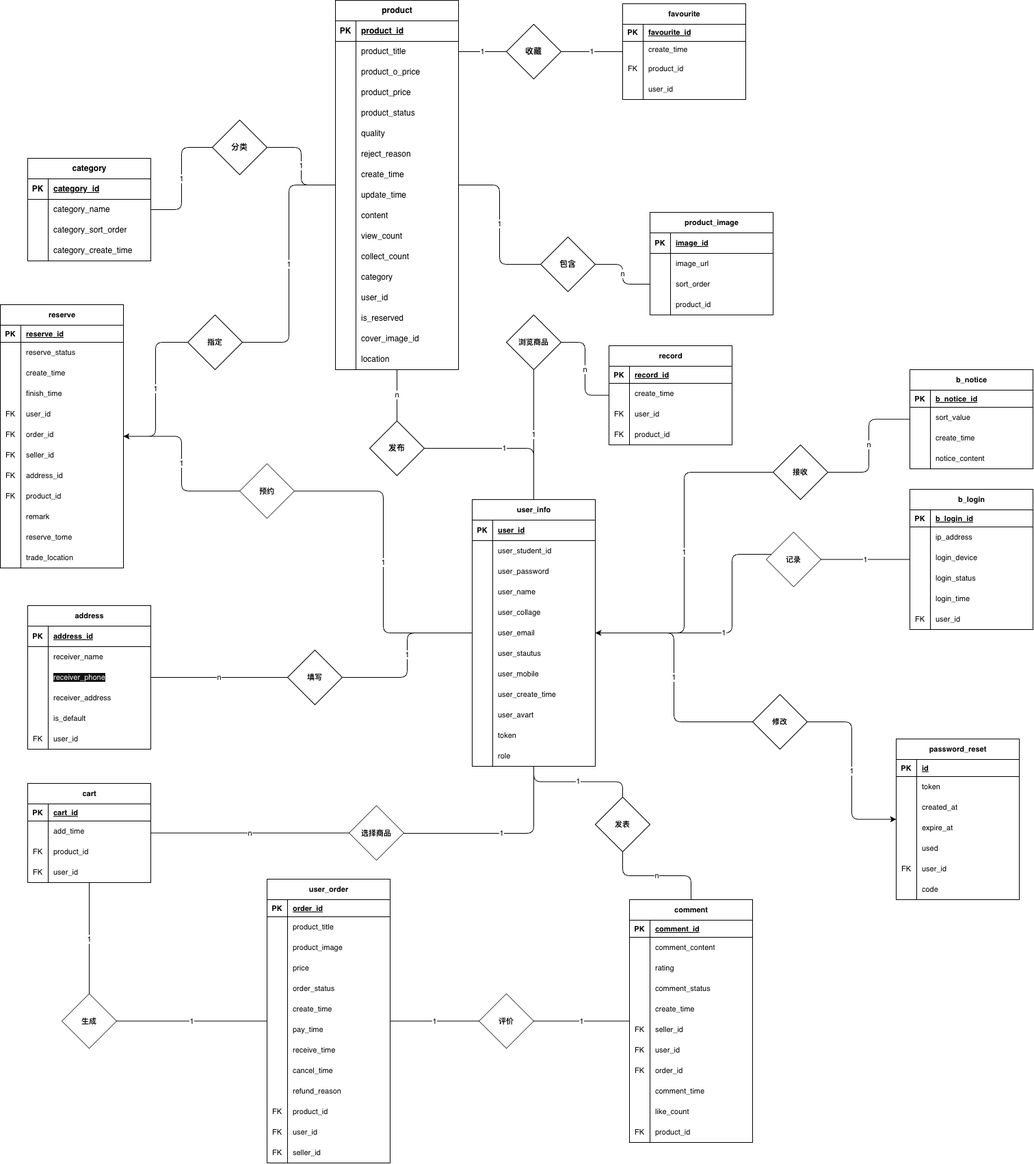
Before: ER-1218.png, a diagram exported from draw.io (HypHOD/db_design_sql). Source tidied: cells renumbered, new cells last; positions are measured from the earlier drawing's top-left corner, leaving out a move shared by most shapes.
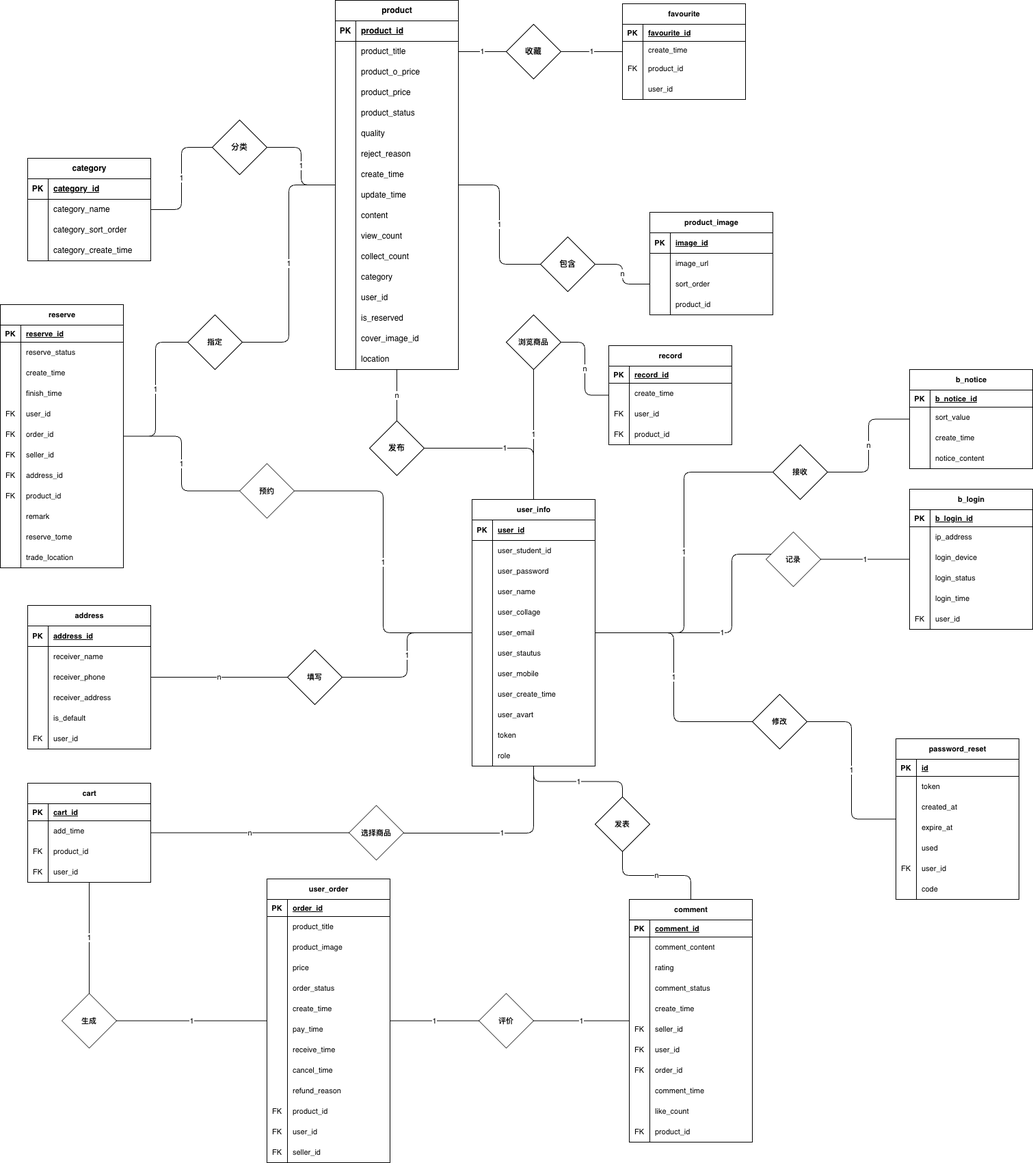
The same diagram one commit later.

Change to the diagram source:
```diff
@@ -281,7 +281,7 @@
     <mxCell id="94" style="shape=partialRectangle;fillColor=none;top=0;left=0;bottom=0;right=0;overflow=hidden;whiteSpace=wrap;html=1;fontFamily=Helvetica;fontSize=11;fontColor=default;labelBackgroundColor=default;" parent="93" vertex="1">
       <mxGeometry width="30" height="30" as="geometry" />
     </mxCell>
-    <mxCell id="95" value="&lt;span style=&quot;color: rgb(255, 255, 255); font-family: Helvetica; font-size: 11px; font-style: normal; font-variant-ligatures: normal; font-variant-caps: normal; font-weight: 400; letter-spacing: normal; orphans: 2; text-align: left; text-indent: 0px; text-transform: none; widows: 2; word-spacing: 0px; -webkit-text-stroke-width: 0px; white-space: normal; background-color: rgb(18, 18, 18); text-decoration-thickness: initial; text-decoration-style: initial; text-decoration-color: initial; display: inline !important; float: none;&quot;&gt;receiver_phone&lt;/span&gt;" style="shape=partialRectangle;fillColor=none;top=0;left=0;bottom=0;right=0;align=left;spacingLeft=6;overflow=hidden;whiteSpace=wrap;html=1;fontFamily=Helvetica;fontSize=11;fontColor=default;labelBackgroundColor=default;" parent="93" vertex="1">
+    <mxCell id="95" value="receiver_phone" style="shape=partialRectangle;fillColor=none;top=0;left=0;bottom=0;right=0;align=left;spacingLeft=6;overflow=hidden;whiteSpace=wrap;html=1;fontFamily=Helvetica;fontSize=11;fontColor=default;labelBackgroundColor=default;" parent="93" vertex="1">
       <mxGeometry x="30" width="150" height="30" as="geometry" />
     </mxCell>
     <mxCell id="96" style="shape=tableRow;horizontal=0;startSize=0;swimlaneHead=0;swimlaneBody=0;fillColor=none;top=0;left=0;right=0;bottom=0;fontFamily=Helvetica;fontSize=11;fontColor=default;labelBackgroundColor=default;" parent="86" vertex="1">
@@ -995,7 +995,7 @@
     <mxCell id="329" value="1" style="edgeStyle=orthogonalEdgeStyle;shape=connector;curved=0;rounded=1;jettySize=auto;html=1;strokeColor=default;align=center;verticalAlign=middle;fontFamily=Helvetica;fontSize=11;fontColor=default;labelBackgroundColor=default;endArrow=none;endFill=0;" parent="1" edge="1" source="331" target="20">
       <mxGeometry relative="1" as="geometry" />
     </mxCell>
-    <mxCell id="330" value="1" style="edgeStyle=orthogonalEdgeStyle;rounded=1;jettySize=auto;html=1;curved=0;" parent="1" edge="1" source="331" target="273">
+    <mxCell id="330" value="1" style="edgeStyle=orthogonalEdgeStyle;rounded=1;jettySize=auto;html=1;curved=0;endArrow=none;endFill=0;" parent="1" edge="1" source="331" target="273">
       <mxGeometry relative="1" as="geometry" />
     </mxCell>
     <mxCell id="331" value="指定" style="rhombus;whiteSpace=wrap;html=1;fontSize=11;startSize=30;fontStyle=1;labelBackgroundColor=default;" parent="1" vertex="1">
@@ -1151,10 +1151,10 @@
     <mxCell id="381" value="code" style="shape=partialRectangle;fillColor=none;top=0;left=0;bottom=0;right=0;align=left;spacingLeft=6;overflow=hidden;whiteSpace=wrap;html=1;fontFamily=Helvetica;fontSize=11;fontColor=default;labelBackgroundColor=default;" parent="379" vertex="1">
       <mxGeometry x="30" width="150" height="30" as="geometry" />
     </mxCell>
-    <mxCell id="382" value="1" style="edgeStyle=orthogonalEdgeStyle;rounded=1;jettySize=auto;html=1;curved=0;" parent="1" edge="1" source="384" target="111">
+    <mxCell id="382" value="1" style="edgeStyle=orthogonalEdgeStyle;rounded=1;jettySize=auto;html=1;curved=0;endArrow=none;endFill=0;" parent="1" edge="1" source="384" target="111">
       <mxGeometry relative="1" as="geometry" />
     </mxCell>
-    <mxCell id="383" value="1" style="edgeStyle=orthogonalEdgeStyle;rounded=1;jettySize=auto;html=1;curved=0;" parent="1" edge="1" source="384" target="360">
+    <mxCell id="383" value="1" style="edgeStyle=orthogonalEdgeStyle;rounded=1;jettySize=auto;html=1;curved=0;endArrow=none;endFill=0;" parent="1" edge="1" source="384" target="360">
       <mxGeometry relative="1" as="geometry" />
     </mxCell>
     <mxCell id="384" value="修改" style="rhombus;whiteSpace=wrap;html=1;fontSize=11;startSize=30;fontStyle=1;labelBackgroundColor=default;" parent="1" vertex="1">
```
